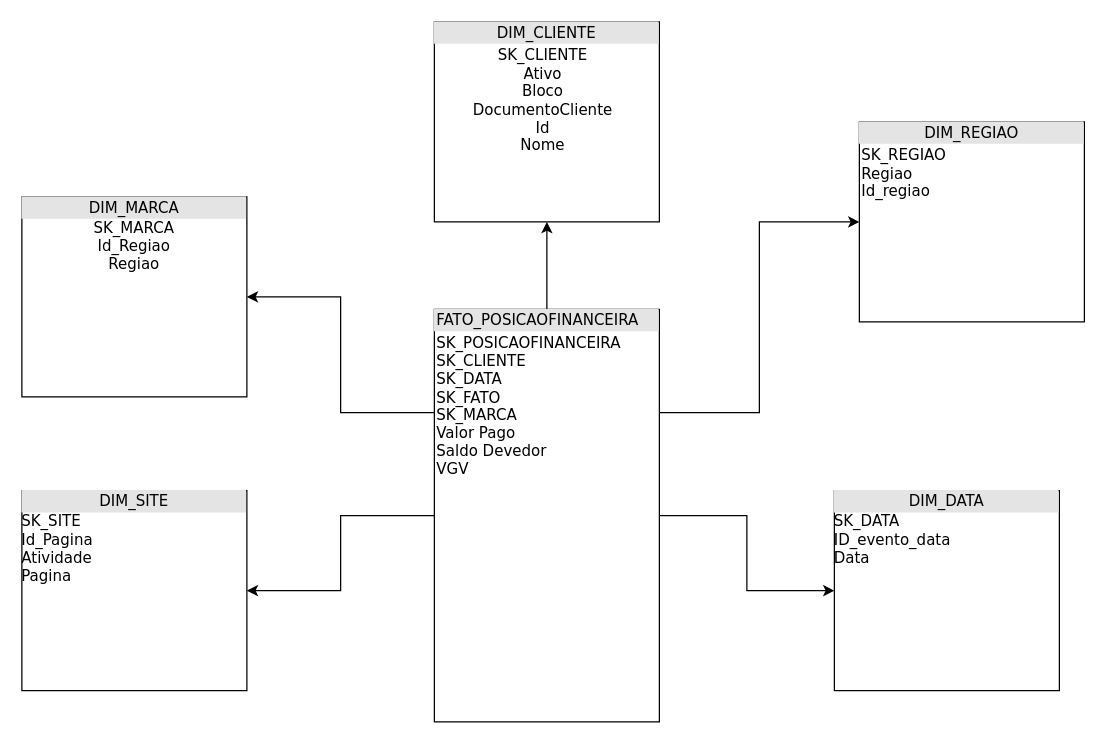
Before: Untitled Diagram.drawio in lucascgs1/DataChallenge-Cyrela, a draw.io diagram. Source tidied: cells renumbered, new cells numbered last; positions are measured from the earlier drawing's top-left corner, leaving out a move shared by most shapes. Both pictures are drawn from the tidied source at 125%, with x=0, y=0 at pixel (21, 21).
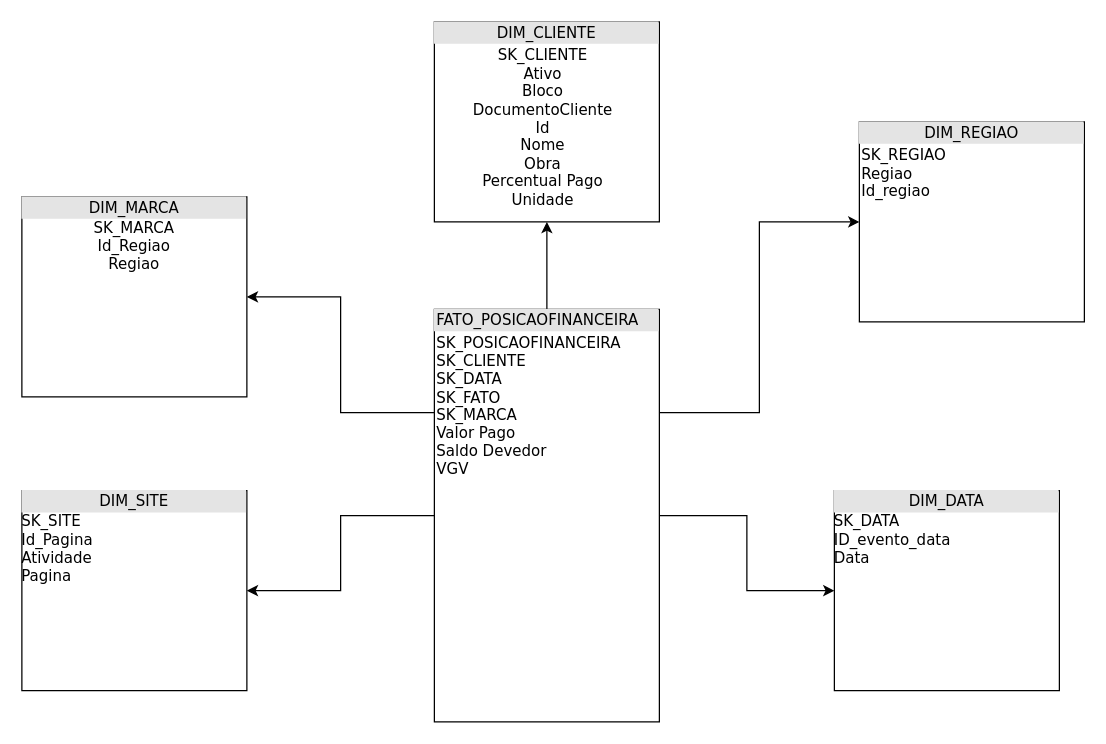
The same diagram, later.

Change to the diagram source:
```diff
@@
 <mxGraphModel>
   <root>
     <mxCell id="0" />
     <mxCell id="1" parent="0" />
     <mxCell id="2" style="edgeStyle=orthogonalEdgeStyle;rounded=0;jettySize=auto;html=1;" parent="1" edge="1" source="7" target="12">
       <mxGeometry relative="1" as="geometry" />
     </mxCell>
     <mxCell id="3" style="edgeStyle=orthogonalEdgeStyle;rounded=0;jettySize=auto;html=1;exitX=0;exitY=0.25;exitDx=0;exitDy=0;" parent="1" edge="1" source="7" target="11">
       <mxGeometry relative="1" as="geometry" />
     </mxCell>
     <mxCell id="4" style="edgeStyle=orthogonalEdgeStyle;rounded=0;jettySize=auto;html=1;" parent="1" edge="1" source="7" target="10">
       <mxGeometry relative="1" as="geometry" />
     </mxCell>
     <mxCell id="5" style="edgeStyle=orthogonalEdgeStyle;rounded=0;jettySize=auto;html=1;exitX=1;exitY=0.25;exitDx=0;exitDy=0;" parent="1" edge="1" source="7" target="9">
       <mxGeometry relative="1" as="geometry" />
     </mxCell>
     <mxCell id="6" style="edgeStyle=orthogonalEdgeStyle;rounded=0;jettySize=auto;html=1;" parent="1" edge="1" source="7" target="8">
       <mxGeometry relative="1" as="geometry" />
     </mxCell>
     <mxCell id="7" value="&lt;div style=&quot;box-sizing: border-box ; width: 100% ; background: #e4e4e4 ; padding: 2px&quot;&gt;FATO_POSICAOFINANCEIRA&lt;/div&gt;&lt;table style=&quot;width: 100% ; font-size: 1em&quot; cellpadding=&quot;2&quot; cellspacing=&quot;0&quot;&gt;&lt;tbody&gt;&lt;tr&gt;&lt;td&gt;SK_POSICAOFINANCEIRA&lt;br&gt;SK_CLIENTE&lt;br&gt;SK_DATA&lt;br&gt;SK_FATO&lt;br&gt;SK_MARCA&lt;br&gt;Valor Pago&lt;br&gt;Saldo Devedor&lt;br&gt;VGV&lt;/td&gt;&lt;td&gt;&lt;/td&gt;&lt;/tr&gt;&lt;/tbody&gt;&lt;/table&gt;" style="verticalAlign=top;align=left;overflow=fill;html=1;rounded=0;shadow=0;comic=0;labelBackgroundColor=none;strokeWidth=1;fontFamily=Verdana;fontSize=12;" parent="1" vertex="1">
       <mxGeometry x="330" y="230" width="180" height="330" as="geometry" />
     </mxCell>
-    <mxCell id="8" value="&lt;div style=&quot;text-align: center ; box-sizing: border-box ; width: 100% ; background: rgb(228 , 228 , 228) ; padding: 2px&quot;&gt;DIM_CLIENTE&lt;/div&gt;&lt;table style=&quot;width: 100% ; font-size: 1em&quot; cellpadding=&quot;2&quot; cellspacing=&quot;0&quot;&gt;&lt;tbody&gt;&lt;tr&gt;&lt;td style=&quot;text-align: center&quot;&gt;SK_CLIENTE&lt;br&gt;Ativo&lt;br&gt;Bloco&lt;br&gt;DocumentoCliente&lt;br&gt;Id&lt;br&gt;Nome&lt;/td&gt;&lt;td&gt;&lt;/td&gt;&lt;/tr&gt;&lt;/tbody&gt;&lt;/table&gt;" style="verticalAlign=top;align=left;overflow=fill;html=1;rounded=0;shadow=0;comic=0;labelBackgroundColor=none;strokeWidth=1;fontFamily=Verdana;fontSize=12;" parent="1" vertex="1">
+    <mxCell id="8" value="&lt;div style=&quot;text-align: center ; box-sizing: border-box ; width: 100% ; background: rgb(228 , 228 , 228) ; padding: 2px&quot;&gt;DIM_CLIENTE&lt;/div&gt;&lt;table style=&quot;width: 100% ; font-size: 1em&quot; cellpadding=&quot;2&quot; cellspacing=&quot;0&quot;&gt;&lt;tbody&gt;&lt;tr&gt;&lt;td style=&quot;text-align: center&quot;&gt;SK_CLIENTE&lt;br&gt;Ativo&lt;br&gt;Bloco&lt;br&gt;DocumentoCliente&lt;br&gt;Id&lt;br&gt;Nome&lt;br&gt;Obra&lt;br&gt;Percentual Pago&lt;br&gt;Unidade&lt;/td&gt;&lt;td&gt;&lt;/td&gt;&lt;/tr&gt;&lt;/tbody&gt;&lt;/table&gt;" style="verticalAlign=top;align=left;overflow=fill;html=1;rounded=0;shadow=0;comic=0;labelBackgroundColor=none;strokeWidth=1;fontFamily=Verdana;fontSize=12;" parent="1" vertex="1">
       <mxGeometry x="330" width="180" height="160" as="geometry" />
     </mxCell>
     <mxCell id="9" value="&lt;div style=&quot;text-align: center ; box-sizing: border-box ; width: 100% ; background: rgb(228 , 228 , 228) ; padding: 2px&quot;&gt;DIM_REGIAO&lt;/div&gt;&lt;table style=&quot;width: 100% ; font-size: 1em&quot; cellpadding=&quot;2&quot; cellspacing=&quot;0&quot;&gt;&lt;tbody&gt;&lt;tr&gt;&lt;td&gt;SK_REGIAO&lt;br&gt;Regiao&lt;br&gt;Id_regiao&lt;br&gt;&lt;/td&gt;&lt;td&gt;&lt;/td&gt;&lt;/tr&gt;&lt;/tbody&gt;&lt;/table&gt;" style="verticalAlign=top;align=left;overflow=fill;html=1;rounded=0;shadow=0;comic=0;labelBackgroundColor=none;strokeWidth=1;fontFamily=Verdana;fontSize=12;" parent="1" vertex="1">
       <mxGeometry x="670" y="80" width="180" height="160" as="geometry" />
     </mxCell>
     <mxCell id="10" value="&lt;div style=&quot;text-align: center ; box-sizing: border-box ; width: 100% ; background: rgb(228 , 228 , 228) ; padding: 2px&quot;&gt;DIM_DATA&lt;/div&gt;SK_DATA&lt;br&gt;ID_evento_data&lt;br&gt;Data" style="verticalAlign=top;align=left;overflow=fill;html=1;rounded=0;shadow=0;comic=0;labelBackgroundColor=none;strokeWidth=1;fontFamily=Verdana;fontSize=12;" parent="1" vertex="1">
       <mxGeometry x="650" y="375" width="180" height="160" as="geometry" />
     </mxCell>
     <mxCell id="11" value="&lt;div style=&quot;text-align: center ; box-sizing: border-box ; width: 100% ; background: rgb(228 , 228 , 228) ; padding: 2px&quot;&gt;DIM_MARCA&lt;/div&gt;&lt;div style=&quot;text-align: center&quot;&gt;&lt;span&gt;SK_MARCA&lt;/span&gt;&lt;/div&gt;&lt;div style=&quot;text-align: center&quot;&gt;&lt;span&gt;Id_Regiao&lt;/span&gt;&lt;/div&gt;&lt;div style=&quot;text-align: center&quot;&gt;&lt;span&gt;Regiao&lt;/span&gt;&lt;/div&gt;&lt;table style=&quot;width: 100% ; font-size: 1em&quot; cellpadding=&quot;2&quot; cellspacing=&quot;0&quot;&gt;&lt;tbody&gt;&lt;tr&gt;&lt;td&gt;&lt;br&gt;&lt;/td&gt;&lt;td&gt;&lt;/td&gt;&lt;/tr&gt;&lt;/tbody&gt;&lt;/table&gt;" style="verticalAlign=top;align=left;overflow=fill;html=1;rounded=0;shadow=0;comic=0;labelBackgroundColor=none;strokeWidth=1;fontFamily=Verdana;fontSize=12;" parent="1" vertex="1">
       <mxGeometry y="140" width="180" height="160" as="geometry" />
     </mxCell>
     <mxCell id="12" value="&lt;div style=&quot;box-sizing: border-box ; width: 100% ; background: rgb(228 , 228 , 228) ; padding: 2px&quot;&gt;DIM_SITE&lt;/div&gt;&lt;div style=&quot;text-align: left&quot;&gt;&lt;span&gt;SK_SITE&lt;/span&gt;&lt;/div&gt;&lt;div style=&quot;text-align: left&quot;&gt;Id_Pagina&lt;/div&gt;&lt;div style=&quot;text-align: left&quot;&gt;Atividade&lt;/div&gt;&lt;div style=&quot;text-align: left&quot;&gt;Pagina&lt;/div&gt;" style="verticalAlign=top;align=center;overflow=fill;html=1;rounded=0;shadow=0;comic=0;labelBackgroundColor=none;strokeWidth=1;fontFamily=Verdana;fontSize=12;" parent="1" vertex="1">
       <mxGeometry y="375" width="180" height="160" as="geometry" />
     </mxCell>
   </root>
 </mxGraphModel>
```
